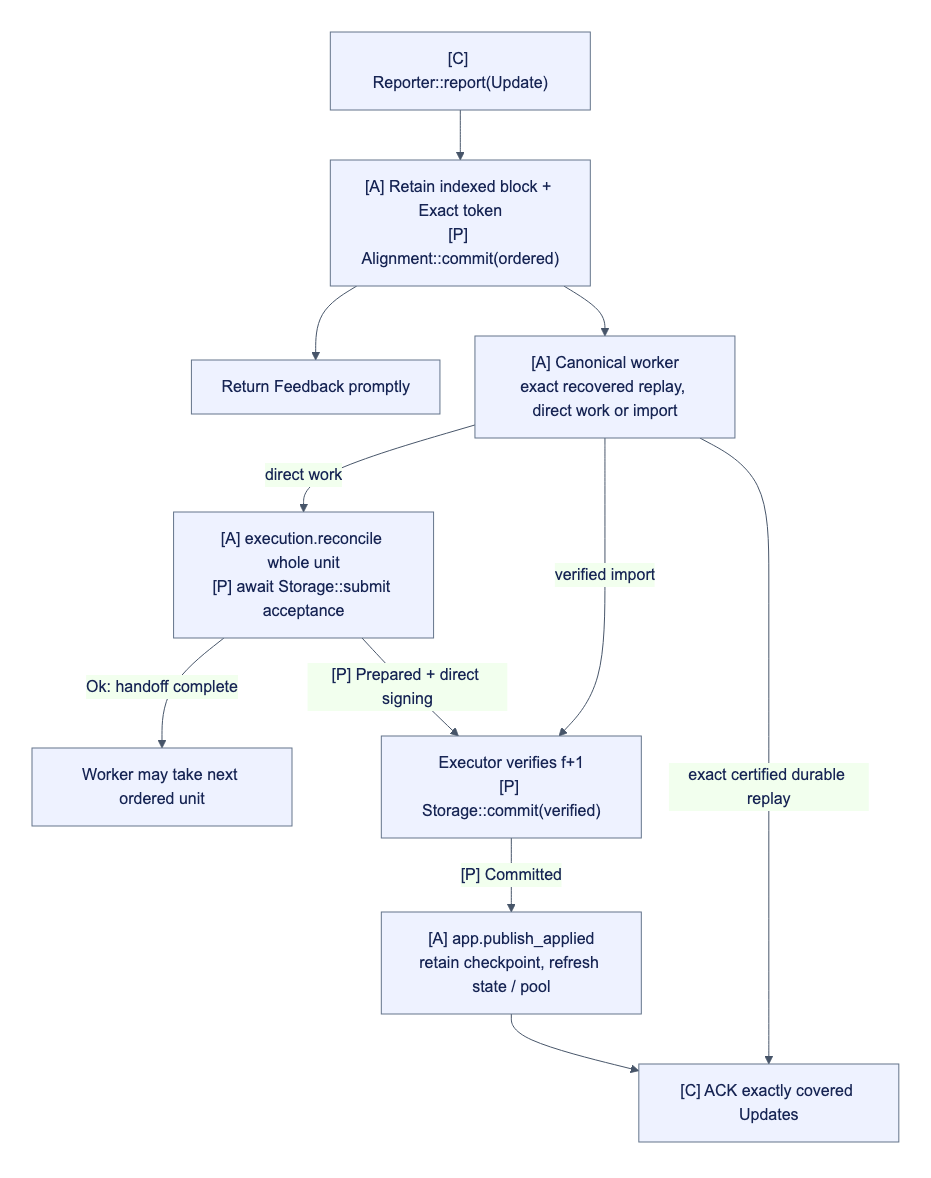
Above: docs/assets/diagrams/diagram-51.png in djm07073/baton (Mermaid), before the change. Its source is kept beside it as docs/assets/diagrams/diagram-51.mmd.
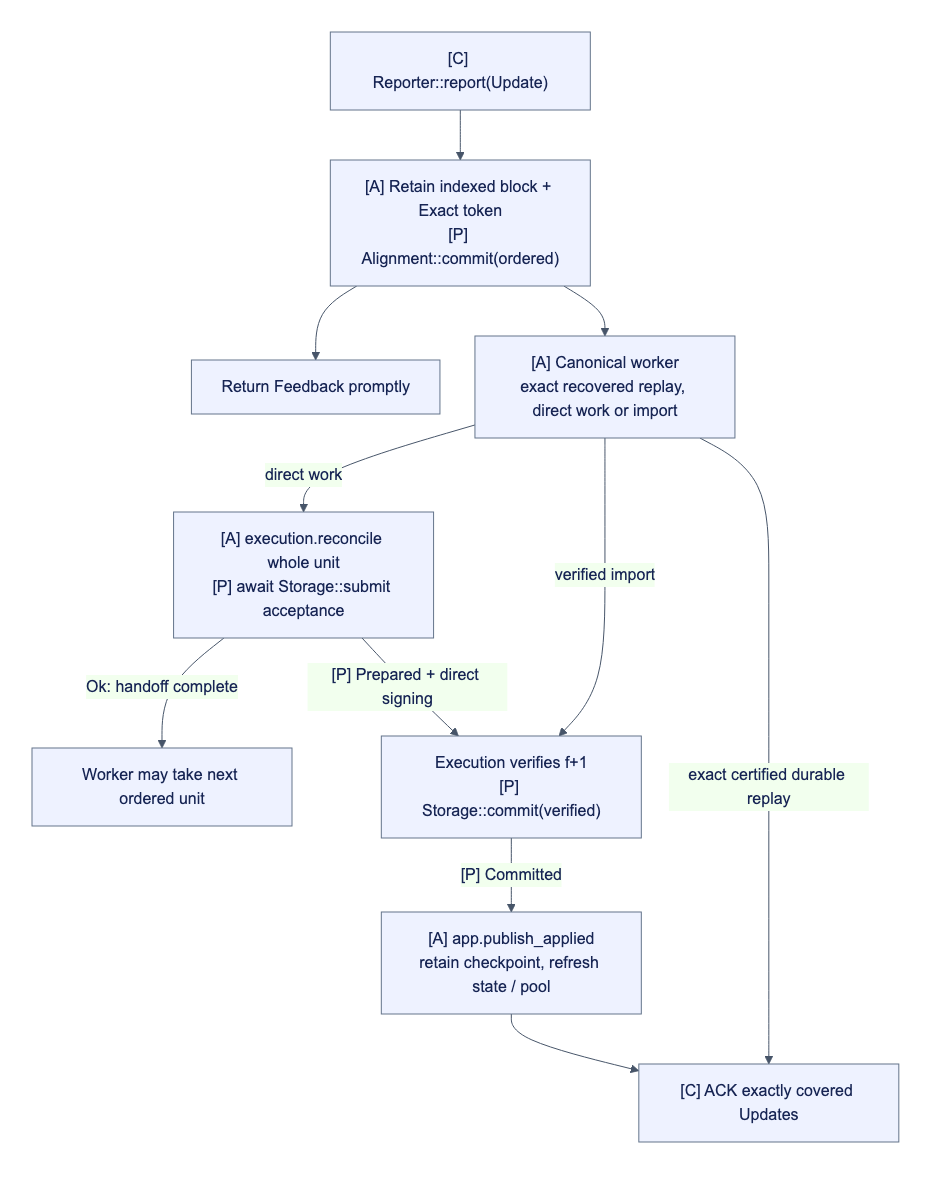
Above is the later version.

Change to the diagram source:
```diff
@@ -4,7 +4,7 @@
     O --> C["[A] Canonical worker<br/>exact recovered replay, direct work or import"]
     C -->|"direct work"| E["[A] execution.reconcile whole unit<br/>[P] await Storage::submit acceptance"]
     E -->|"Ok: handoff complete"| N["Worker may take next ordered unit"]
-    E -->|"[P] Prepared + direct signing"| V["Executor verifies f+1<br/>[P] Storage::commit(verified)"]
+    E -->|"[P] Prepared + direct signing"| V["Execution verifies f+1<br/>[P] Storage::commit(verified)"]
     C -->|"verified import"| V
     V -->|"[P] Committed"| D["[A] app.publish_applied<br/>retain checkpoint, refresh state / pool"]
     D --> A["[C] ACK exactly covered Updates"]
```
